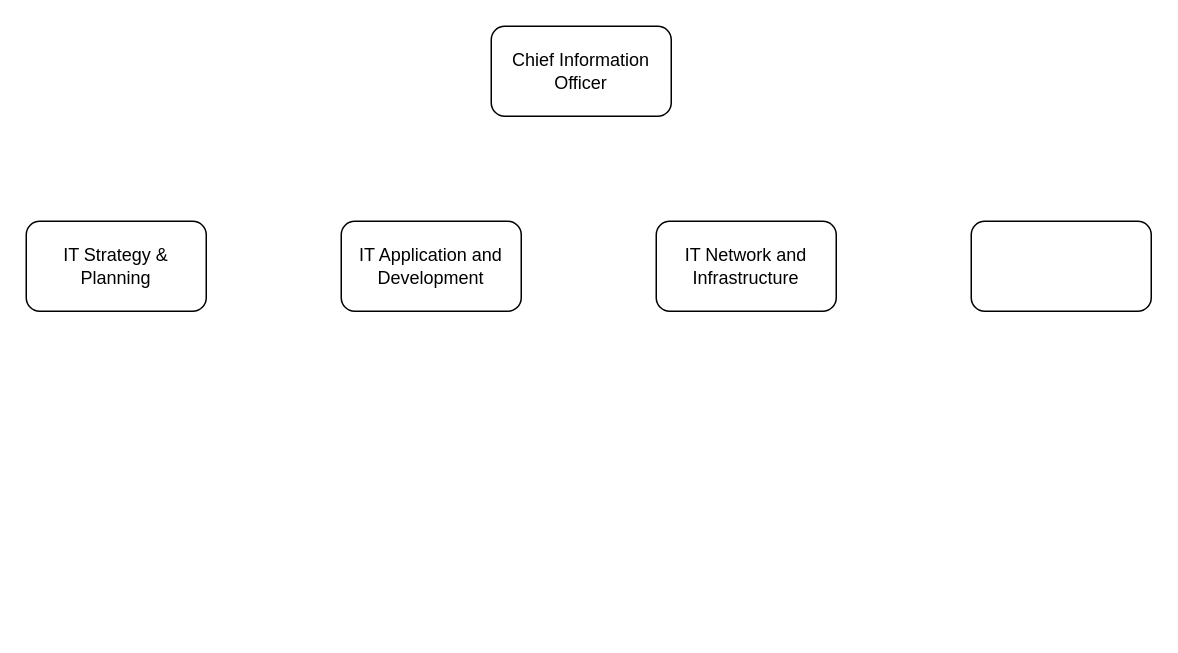
Above: Untitled Diagram.drawio in codfikri/coursera-test (draw.io), before the change. Source tidied: cells renumbered, new cells numbered last; positions are measured from the earlier drawing's top-left corner, leaving out a move shared by most shapes. Both pictures are drawn from the tidied source at 150%, with x=0, y=0 at pixel (26, 26).
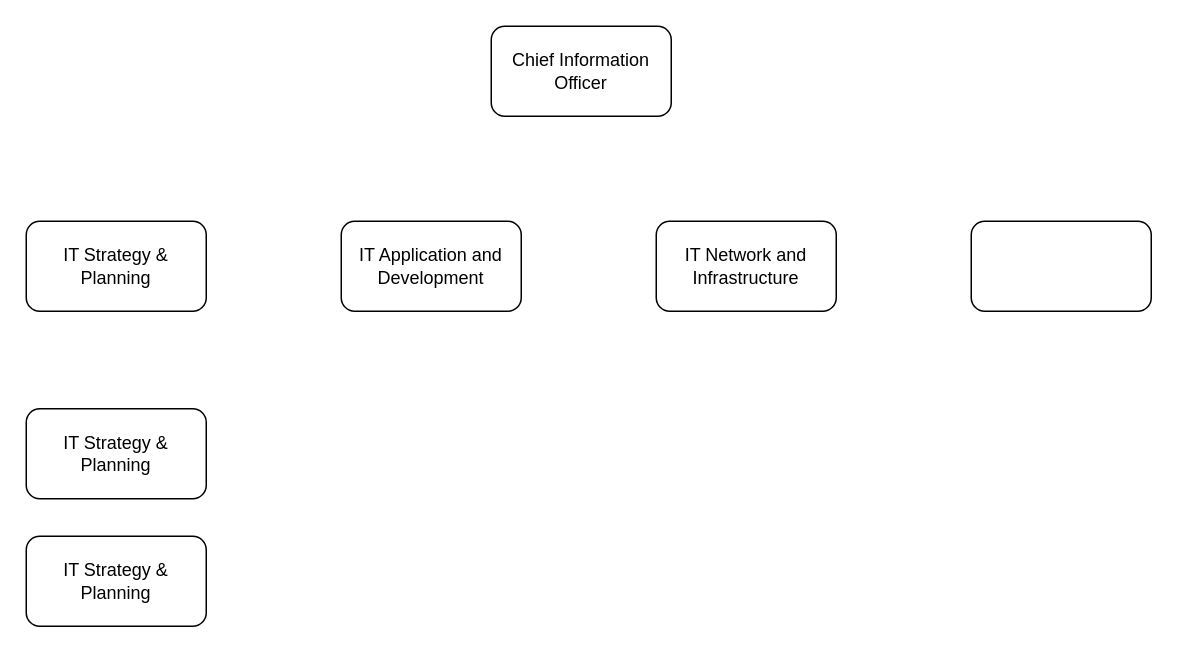
After the change.

Change to the diagram source:
```diff
@@
 <mxGraphModel>
   <root>
     <mxCell id="0" />
     <mxCell id="1" parent="0" />
     <mxCell id="2" value="Chief Information Officer" style="rounded=1;whiteSpace=wrap;html=1;" parent="1" vertex="1">
       <mxGeometry x="310" width="120" height="60" as="geometry" />
     </mxCell>
     <mxCell id="3" value="IT Strategy &amp;amp; Planning" style="rounded=1;whiteSpace=wrap;html=1;" parent="1" vertex="1">
       <mxGeometry y="130" width="120" height="60" as="geometry" />
     </mxCell>
     <mxCell id="4" value="IT Application and Development" style="rounded=1;whiteSpace=wrap;html=1;" parent="1" vertex="1">
       <mxGeometry x="210" y="130" width="120" height="60" as="geometry" />
     </mxCell>
     <mxCell id="5" value="IT Network and Infrastructure" style="rounded=1;whiteSpace=wrap;html=1;" parent="1" vertex="1">
       <mxGeometry x="420" y="130" width="120" height="60" as="geometry" />
     </mxCell>
     <mxCell id="6" style="rounded=1;whiteSpace=wrap;html=1;" parent="1" vertex="1">
       <mxGeometry x="630" y="130" width="120" height="60" as="geometry" />
     </mxCell>
+    <mxCell id="7" value="IT Strategy &amp;amp; Planning" style="rounded=1;whiteSpace=wrap;html=1;" parent="1" vertex="1">
+      <mxGeometry y="255" width="120" height="60" as="geometry" />
+    </mxCell>
+    <mxCell id="8" value="IT Strategy &amp;amp; Planning" style="rounded=1;whiteSpace=wrap;html=1;" parent="1" vertex="1">
+      <mxGeometry y="340" width="120" height="60" as="geometry" />
+    </mxCell>
   </root>
 </mxGraphModel>
```
